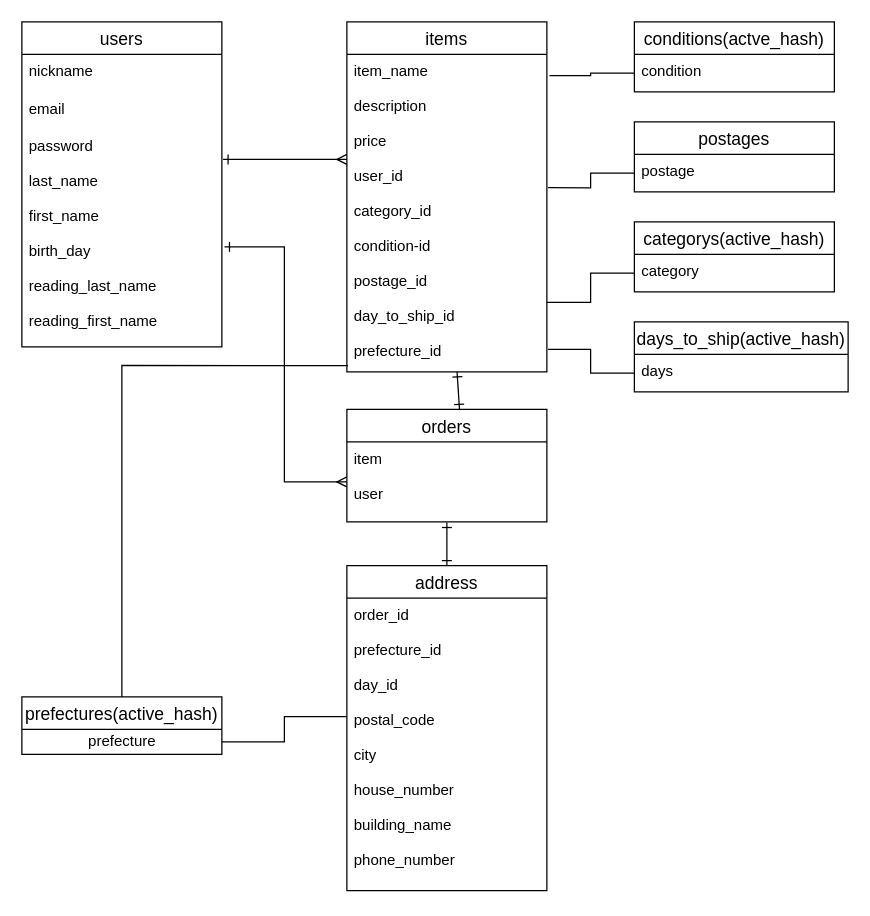
The draw.io diagram er.dio in maradonamania/furima-36256, before the edit. Source tidied: cells renumbered, new cells numbered last; positions are measured from the earlier drawing's top-left corner, leaving out a move shared by most shapes. Both pictures are drawn from the tidied source at 125%, with x=0, y=0 at pixel (21, 21).
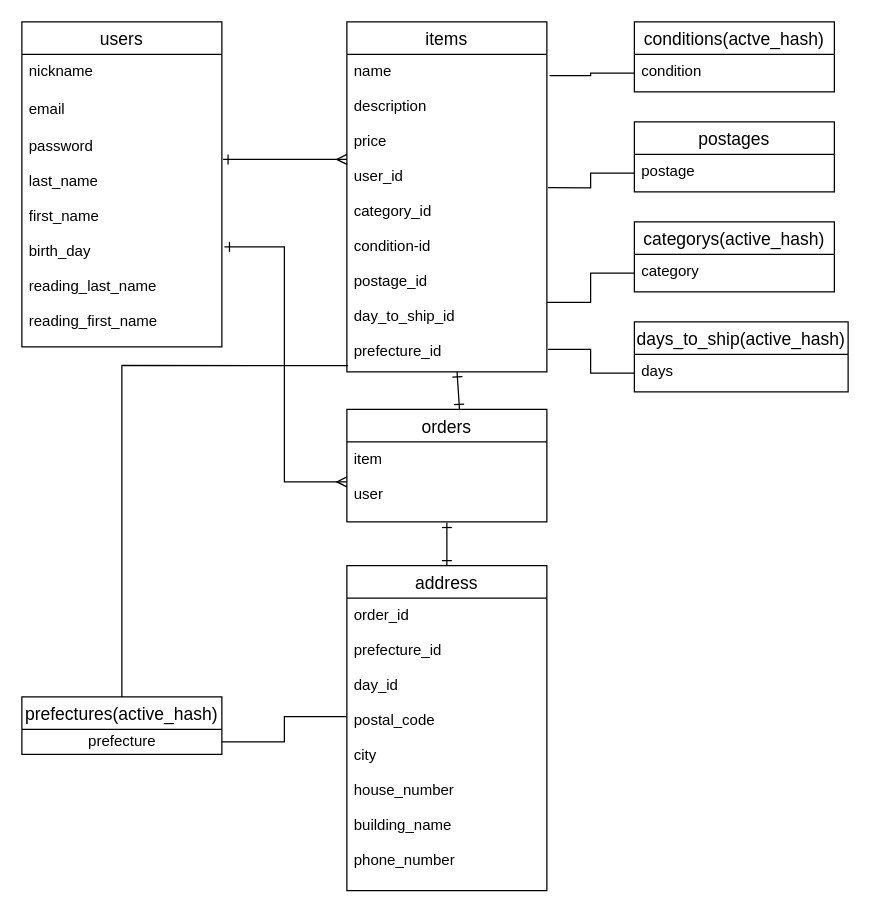
The same page after the edit.

Commit message (it also covers changes not shown here):
itemsテーブルカラム名変更

Unchanged cells that the change refers to:
```xml
<mxCell id="6" value="items" style="swimlane;fontStyle=0;horizontal=1;startSize=26;align=center;fontSize=14;" parent="1" vertex="1">
  <mxGeometry x="260" width="160" height="280" as="geometry" />
</mxCell>
```

What changed in the source:
```diff
@@
-    <mxCell id="7" value="item_name&#10;&#10;description&#10;&#10;price&#10;&#10;user_id&#10;&#10;category_id&#10;&#10;condition-id&#10;&#10;postage_id&#10;&#10;day_to_ship_id&#10;&#10;prefecture_id&#10;" style="text;strokeColor=none;fillColor=none;spacingLeft=4;spacingRight=4;overflow=hidden;points=[[0,0.5],[1,0.5]];portConstraint=eastwest;fontSize=12;" parent="6" vertex="1">
+    <mxCell id="7" value="name&#10;&#10;description&#10;&#10;price&#10;&#10;user_id&#10;&#10;category_id&#10;&#10;condition-id&#10;&#10;postage_id&#10;&#10;day_to_ship_id&#10;&#10;prefecture_id&#10;" style="text;strokeColor=none;fillColor=none;spacingLeft=4;spacingRight=4;overflow=hidden;points=[[0,0.5],[1,0.5]];portConstraint=eastwest;fontSize=12;" parent="6" vertex="1">
       <mxGeometry y="26" width="160" height="254" as="geometry" />
     </mxCell>
```
